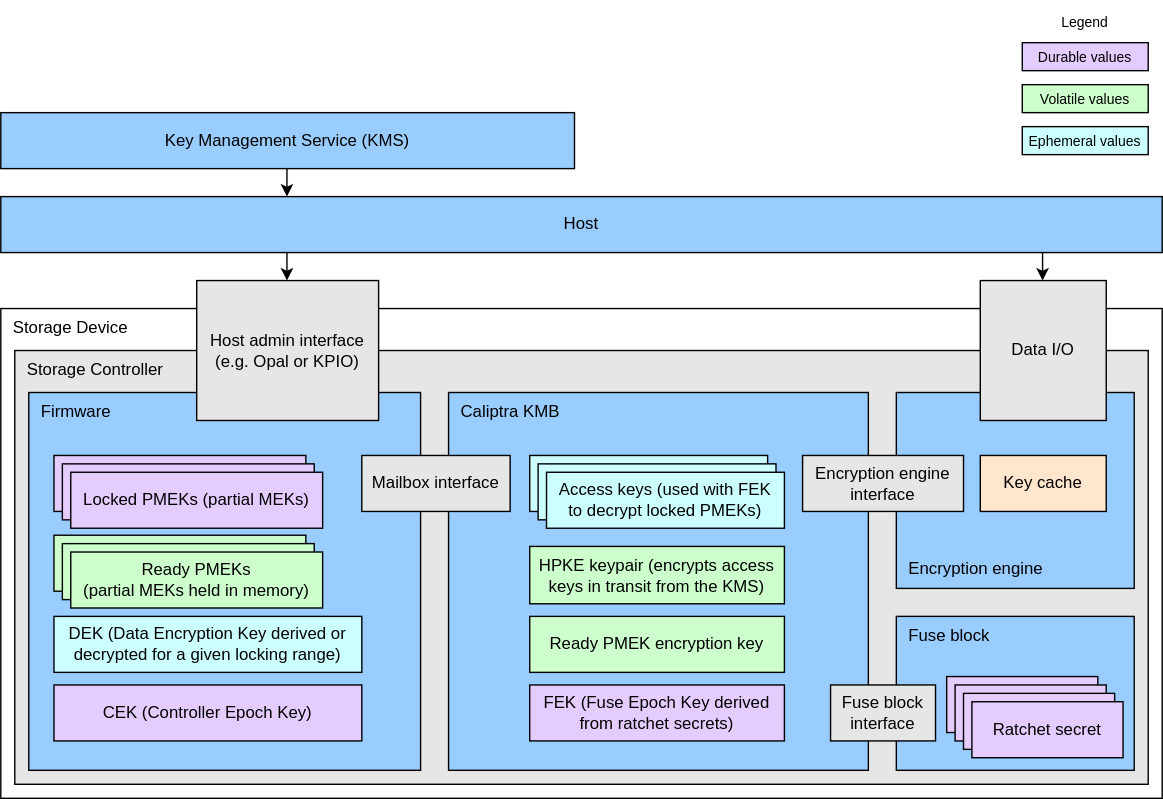
This is doc/ocp_lock/diagrams/architecture_diagram.drawio.svg from chipsalliance/Caliptra, a draw.io export, as it was before one commit. Source tidied: cells renumbered, new cells last; positions are measured from the earlier drawing's top-left corner, leaving out a move shared by most shapes.
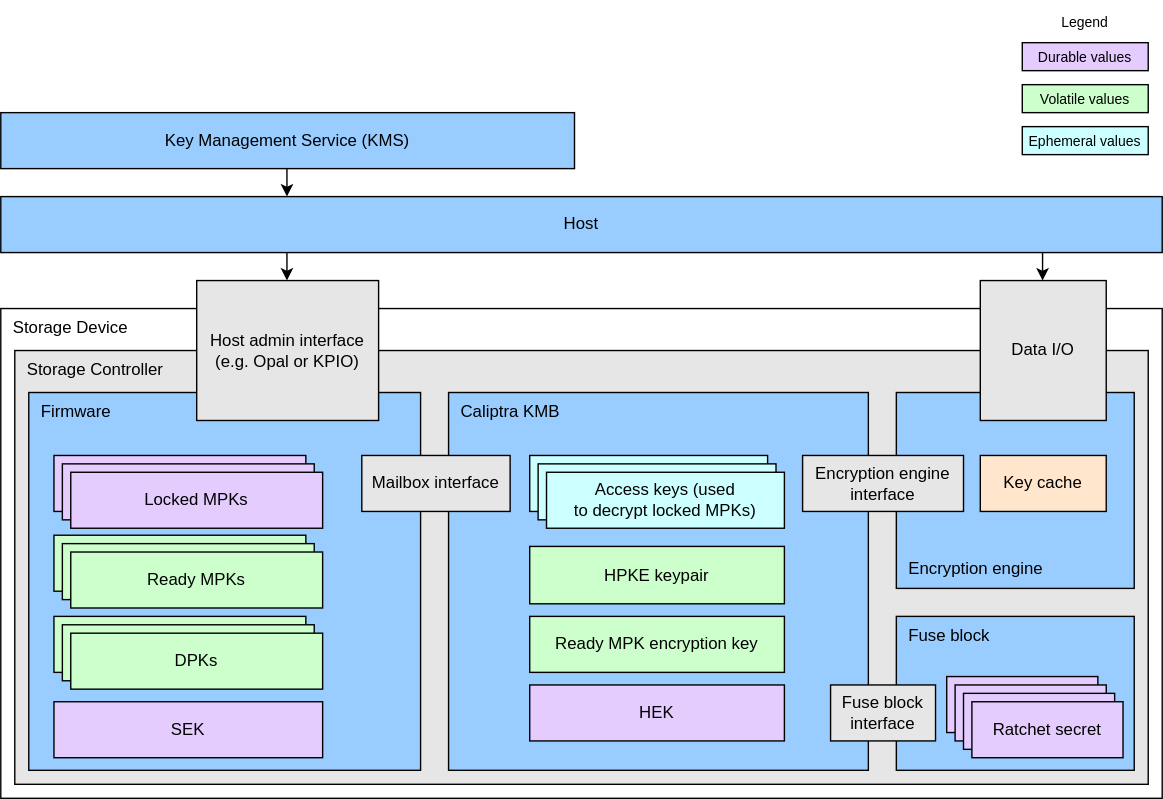
After the commit.

What changed in the source:
```diff
@@ -11,18 +11,15 @@
     <mxCell id="4" value="Firmware" style="rounded=0;whiteSpace=wrap;html=1;align=left;verticalAlign=top;shadow=0;glass=0;spacingLeft=7;spacingBottom=0;spacingTop=0;fillColor=#99CCFF;" parent="1" vertex="1">
       <mxGeometry x="20" y="280" width="280" height="270" as="geometry" />
     </mxCell>
-    <mxCell id="5" value="Locked PMEKs&lt;div&gt;(partial MEKs held at rest)&lt;/div&gt;" style="rounded=0;whiteSpace=wrap;html=1;align=center;verticalAlign=middle;shadow=0;glass=0;spacingLeft=0;spacingBottom=0;spacingTop=0;fillColor=#E5CCFF;" parent="1" vertex="1">
+    <mxCell id="5" style="rounded=0;whiteSpace=wrap;html=1;align=center;verticalAlign=middle;shadow=0;glass=0;spacingLeft=0;spacingBottom=0;spacingTop=0;fillColor=#E5CCFF;" parent="1" vertex="1">
       <mxGeometry x="38" y="325" width="180" height="40" as="geometry" />
     </mxCell>
-    <mxCell id="6" value="Ready PMEKs&lt;div&gt;(partial MEKs held in memory)&lt;/div&gt;" style="rounded=0;whiteSpace=wrap;html=1;align=center;verticalAlign=middle;shadow=0;glass=0;spacingLeft=0;spacingBottom=0;spacingTop=0;fillColor=#CCFFCC;" parent="1" vertex="1">
+    <mxCell id="6" style="rounded=0;whiteSpace=wrap;html=1;align=center;verticalAlign=middle;shadow=0;glass=0;spacingLeft=0;spacingBottom=0;spacingTop=0;fillColor=#CCFFCC;" parent="1" vertex="1">
       <mxGeometry x="38" y="382" width="180" height="40" as="geometry" />
     </mxCell>
-    <mxCell id="7" value="CEK&amp;nbsp;&lt;span style=&quot;background-color: transparent;&quot;&gt;(Controller Epoch Key)&lt;/span&gt;" style="rounded=0;whiteSpace=wrap;html=1;align=center;verticalAlign=middle;shadow=0;glass=0;spacingLeft=0;spacingBottom=0;spacingTop=0;fillColor=#E5CCFF;" parent="1" vertex="1">
-      <mxGeometry x="38" y="489" width="220" height="40" as="geometry" />
+    <mxCell id="7" value="SEK" style="rounded=0;whiteSpace=wrap;html=1;align=center;verticalAlign=middle;shadow=0;glass=0;spacingLeft=0;spacingBottom=0;spacingTop=0;fillColor=#E5CCFF;" parent="1" vertex="1">
+      <mxGeometry x="38" y="501" width="192" height="40" as="geometry" />
     </mxCell>
-    <mxCell id="8" value="&lt;div&gt;&lt;font color=&quot;#000000&quot;&gt;DEK&amp;nbsp;&lt;/font&gt;&lt;span style=&quot;background-color: transparent;&quot;&gt;(Data Encryption Key derived or decrypted&amp;nbsp;&lt;/span&gt;&lt;span style=&quot;background-color: transparent;&quot;&gt;for a&amp;nbsp;&lt;/span&gt;&lt;span style=&quot;background-color: transparent;&quot;&gt;given locking range)&lt;/span&gt;&lt;/div&gt;" style="rounded=0;whiteSpace=wrap;html=1;align=center;verticalAlign=middle;shadow=0;glass=0;spacingLeft=0;spacingBottom=0;spacingTop=0;fillColor=#CCFFFF;" parent="1" vertex="1">
-      <mxGeometry x="38" y="440" width="220" height="40" as="geometry" />
-    </mxCell>
     <mxCell id="9" value="&lt;div&gt;&lt;font color=&quot;#000000&quot;&gt;Caliptra KMB&lt;/font&gt;&lt;/div&gt;" style="rounded=0;whiteSpace=wrap;html=1;align=left;verticalAlign=top;shadow=0;glass=0;spacingLeft=7;spacingBottom=0;spacingTop=0;fillColor=#99CCFF;" parent="1" vertex="1">
       <mxGeometry x="320" y="280" width="300" height="270" as="geometry" />
     </mxCell>
@@ -50,22 +47,22 @@
     <mxCell id="17" value="&lt;div&gt;&lt;font color=&quot;#000000&quot;&gt;Host admin interface&lt;/font&gt;&lt;/div&gt;&lt;div&gt;&lt;font color=&quot;#000000&quot;&gt;(e.g. Opal or KPIO)&lt;/font&gt;&lt;/div&gt;" style="rounded=0;whiteSpace=wrap;html=1;align=center;verticalAlign=middle;shadow=0;glass=0;spacingLeft=0;spacingBottom=0;spacingTop=0;fillColor=#E6E6E6;" parent="1" vertex="1">
       <mxGeometry x="140" y="200" width="130" height="100" as="geometry" />
     </mxCell>
-    <mxCell id="18" value="Locked PMEKs&lt;div&gt;(partial MEKs held at rest)&lt;/div&gt;" style="rounded=0;whiteSpace=wrap;html=1;align=center;verticalAlign=middle;shadow=0;glass=0;spacingLeft=0;spacingBottom=0;spacingTop=0;fillColor=#E5CCFF;" parent="1" vertex="1">
+    <mxCell id="18" style="rounded=0;whiteSpace=wrap;html=1;align=center;verticalAlign=middle;shadow=0;glass=0;spacingLeft=0;spacingBottom=0;spacingTop=0;fillColor=#E5CCFF;" parent="1" vertex="1">
       <mxGeometry x="44" y="331" width="180" height="40" as="geometry" />
     </mxCell>
-    <mxCell id="19" value="Ready PMEKs&lt;div&gt;(partial MEKs held in memory)&lt;/div&gt;" style="rounded=0;whiteSpace=wrap;html=1;align=center;verticalAlign=middle;shadow=0;glass=0;spacingLeft=0;spacingBottom=0;spacingTop=0;fillColor=#CCFFCC;" parent="1" vertex="1">
+    <mxCell id="19" style="rounded=0;whiteSpace=wrap;html=1;align=center;verticalAlign=middle;shadow=0;glass=0;spacingLeft=0;spacingBottom=0;spacingTop=0;fillColor=#CCFFCC;" parent="1" vertex="1">
       <mxGeometry x="44" y="388" width="180" height="40" as="geometry" />
     </mxCell>
-    <mxCell id="20" value="Locked PMEKs&amp;nbsp;&lt;span style=&quot;background-color: transparent;&quot;&gt;(partial MEKs)&lt;/span&gt;" style="rounded=0;whiteSpace=wrap;html=1;align=center;verticalAlign=middle;shadow=0;glass=0;spacingLeft=0;spacingBottom=0;spacingTop=0;fillColor=#E5CCFF;" parent="1" vertex="1">
+    <mxCell id="20" value="Locked MPKs" style="rounded=0;whiteSpace=wrap;html=1;align=center;verticalAlign=middle;shadow=0;glass=0;spacingLeft=0;spacingBottom=0;spacingTop=0;fillColor=#E5CCFF;" parent="1" vertex="1">
       <mxGeometry x="50" y="337" width="180" height="40" as="geometry" />
     </mxCell>
-    <mxCell id="21" value="Ready PMEKs&lt;div&gt;(partial MEKs held in memory)&lt;/div&gt;" style="rounded=0;whiteSpace=wrap;html=1;align=center;verticalAlign=middle;shadow=0;glass=0;spacingLeft=0;spacingBottom=0;spacingTop=0;fillColor=#CCFFCC;" parent="1" vertex="1">
+    <mxCell id="21" value="Ready MPKs" style="rounded=0;whiteSpace=wrap;html=1;align=center;verticalAlign=middle;shadow=0;glass=0;spacingLeft=0;spacingBottom=0;spacingTop=0;fillColor=#CCFFCC;" parent="1" vertex="1">
       <mxGeometry x="50" y="394" width="180" height="40" as="geometry" />
     </mxCell>
-    <mxCell id="22" value="Ready PMEK encryption key" style="rounded=0;whiteSpace=wrap;html=1;align=center;verticalAlign=middle;shadow=0;glass=0;spacingLeft=0;spacingBottom=0;spacingTop=0;fillColor=#CCFFCC;" parent="1" vertex="1">
+    <mxCell id="22" value="Ready MPK encryption key" style="rounded=0;whiteSpace=wrap;html=1;align=center;verticalAlign=middle;shadow=0;glass=0;spacingLeft=0;spacingBottom=0;spacingTop=0;fillColor=#CCFFCC;" parent="1" vertex="1">
       <mxGeometry x="378" y="440" width="182" height="40" as="geometry" />
     </mxCell>
-    <mxCell id="23" value="FEK (Fuse Epoch Key derived from ratchet secrets)" style="rounded=0;whiteSpace=wrap;html=1;align=center;verticalAlign=middle;shadow=0;glass=0;spacingLeft=0;spacingBottom=0;spacingTop=0;fillColor=#E5CCFF;" parent="1" vertex="1">
+    <mxCell id="23" value="HEK" style="rounded=0;whiteSpace=wrap;html=1;align=center;verticalAlign=middle;shadow=0;glass=0;spacingLeft=0;spacingBottom=0;spacingTop=0;fillColor=#E5CCFF;" parent="1" vertex="1">
       <mxGeometry x="378" y="489" width="182" height="40" as="geometry" />
     </mxCell>
     <mxCell id="24" style="endArrow=classic;html=1;" parent="1" edge="1">
@@ -101,7 +98,7 @@
     <mxCell id="31" value="Ratchet secret" style="rounded=0;whiteSpace=wrap;html=1;align=center;verticalAlign=middle;shadow=0;glass=0;spacingLeft=0;spacingBottom=0;spacingTop=0;fillColor=#E5CCFF;" parent="1" vertex="1">
       <mxGeometry x="688" y="495" width="108" height="40" as="geometry" />
     </mxCell>
-    <mxCell id="32" value="HPKE keypair&amp;nbsp;&lt;span style=&quot;background-color: transparent;&quot;&gt;(encrypts access keys in transit from the KMS)&lt;/span&gt;" style="rounded=0;whiteSpace=wrap;html=1;align=center;verticalAlign=middle;shadow=0;glass=0;spacingLeft=0;spacingBottom=0;spacingTop=0;fillColor=#CCFFCC;" parent="1" vertex="1">
+    <mxCell id="32" value="HPKE keypair" style="rounded=0;whiteSpace=wrap;html=1;align=center;verticalAlign=middle;shadow=0;glass=0;spacingLeft=0;spacingBottom=0;spacingTop=0;fillColor=#CCFFCC;" parent="1" vertex="1">
       <mxGeometry x="378" y="390" width="182" height="41" as="geometry" />
     </mxCell>
     <mxCell id="33" value="&lt;div&gt;&lt;font color=&quot;#000000&quot;&gt;Durable values&lt;/font&gt;&lt;/div&gt;" style="rounded=0;whiteSpace=wrap;html=1;align=center;verticalAlign=middle;shadow=0;glass=0;spacingLeft=0;spacingBottom=0;spacingTop=0;fillColor=#E5CCFF;fontSize=10;" parent="1" vertex="1">
@@ -119,14 +116,23 @@
     <mxCell id="37" value="&lt;div&gt;&lt;font color=&quot;#000000&quot;&gt;Ephemeral values&lt;/font&gt;&lt;/div&gt;" style="rounded=0;whiteSpace=wrap;html=1;align=center;verticalAlign=middle;shadow=0;glass=0;spacingLeft=0;spacingBottom=0;spacingTop=0;fillColor=#CCFFFF;fontSize=10;" parent="1" vertex="1">
       <mxGeometry x="730" y="90" width="90" height="20" as="geometry" />
     </mxCell>
-    <mxCell id="38" value="Access keys (used with FEK&lt;div&gt;to decrypt locked PMEKs)&lt;/div&gt;" style="rounded=0;whiteSpace=wrap;html=1;align=center;verticalAlign=middle;shadow=0;glass=0;spacingLeft=0;spacingBottom=0;spacingTop=0;fillColor=#CCFFFF;" parent="1" vertex="1">
+    <mxCell id="38" style="rounded=0;whiteSpace=wrap;html=1;align=center;verticalAlign=middle;shadow=0;glass=0;spacingLeft=0;spacingBottom=0;spacingTop=0;fillColor=#CCFFFF;" parent="1" vertex="1">
       <mxGeometry x="378" y="325" width="170" height="40" as="geometry" />
     </mxCell>
-    <mxCell id="39" value="Access keys (used with FEK&lt;div&gt;to decrypt locked PMEKs)&lt;/div&gt;" style="rounded=0;whiteSpace=wrap;html=1;align=center;verticalAlign=middle;shadow=0;glass=0;spacingLeft=0;spacingBottom=0;spacingTop=0;fillColor=#CCFFFF;" parent="1" vertex="1">
+    <mxCell id="39" style="rounded=0;whiteSpace=wrap;html=1;align=center;verticalAlign=middle;shadow=0;glass=0;spacingLeft=0;spacingBottom=0;spacingTop=0;fillColor=#CCFFFF;" parent="1" vertex="1">
       <mxGeometry x="384" y="331" width="170" height="40" as="geometry" />
     </mxCell>
-    <mxCell id="40" value="Access keys (used with FEK&lt;div&gt;to decrypt locked PMEKs)&lt;/div&gt;" style="rounded=0;whiteSpace=wrap;html=1;align=center;verticalAlign=middle;shadow=0;glass=0;spacingLeft=0;spacingBottom=0;spacingTop=0;fillColor=#CCFFFF;" parent="1" vertex="1">
+    <mxCell id="40" value="Access keys (used&lt;div&gt;to decrypt locked MPKs)&lt;/div&gt;" style="rounded=0;whiteSpace=wrap;html=1;align=center;verticalAlign=middle;shadow=0;glass=0;spacingLeft=0;spacingBottom=0;spacingTop=0;fillColor=#CCFFFF;" parent="1" vertex="1">
       <mxGeometry x="390" y="337" width="170" height="40" as="geometry" />
     </mxCell>
+    <mxCell id="41" style="rounded=0;whiteSpace=wrap;html=1;align=center;verticalAlign=middle;shadow=0;glass=0;spacingLeft=0;spacingBottom=0;spacingTop=0;fillColor=#CCFFCC;" parent="1" vertex="1">
+      <mxGeometry x="38" y="440" width="180" height="40" as="geometry" />
+    </mxCell>
+    <mxCell id="42" style="rounded=0;whiteSpace=wrap;html=1;align=center;verticalAlign=middle;shadow=0;glass=0;spacingLeft=0;spacingBottom=0;spacingTop=0;fillColor=#CCFFCC;" parent="1" vertex="1">
+      <mxGeometry x="44" y="446" width="180" height="40" as="geometry" />
+    </mxCell>
+    <mxCell id="43" value="DPKs" style="rounded=0;whiteSpace=wrap;html=1;align=center;verticalAlign=middle;shadow=0;glass=0;spacingLeft=0;spacingBottom=0;spacingTop=0;fillColor=#CCFFCC;" parent="1" vertex="1">
+      <mxGeometry x="50" y="452" width="180" height="40" as="geometry" />
+    </mxCell>
   </root>
 </mxGraphModel>
```
